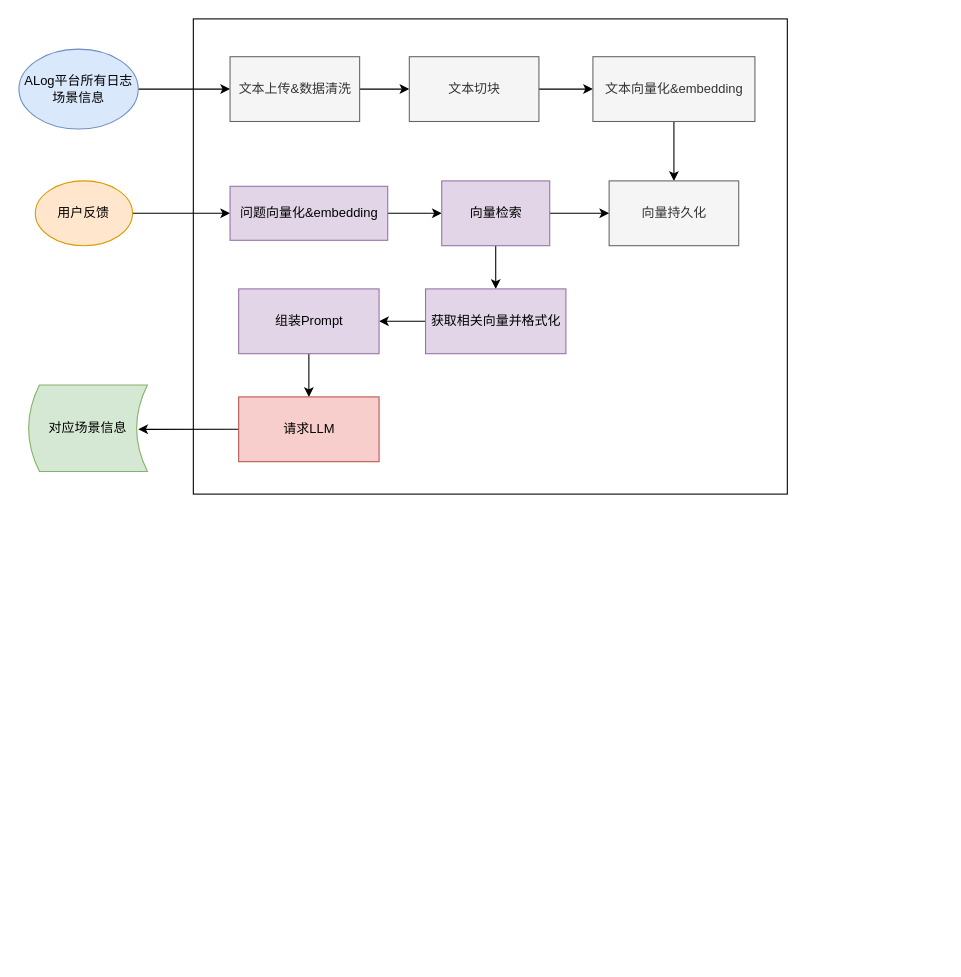
Earlier version of the draw.io diagram diagrams/问题分析助手.drawio (neoalvin/draw.io). Source tidied: cells renumbered, new cells numbered last; positions are measured from the earlier drawing's top-left corner, leaving out a move shared by most shapes. Both pictures are drawn from the tidied source at 108%, with x=0, y=0 at pixel (18, 18).
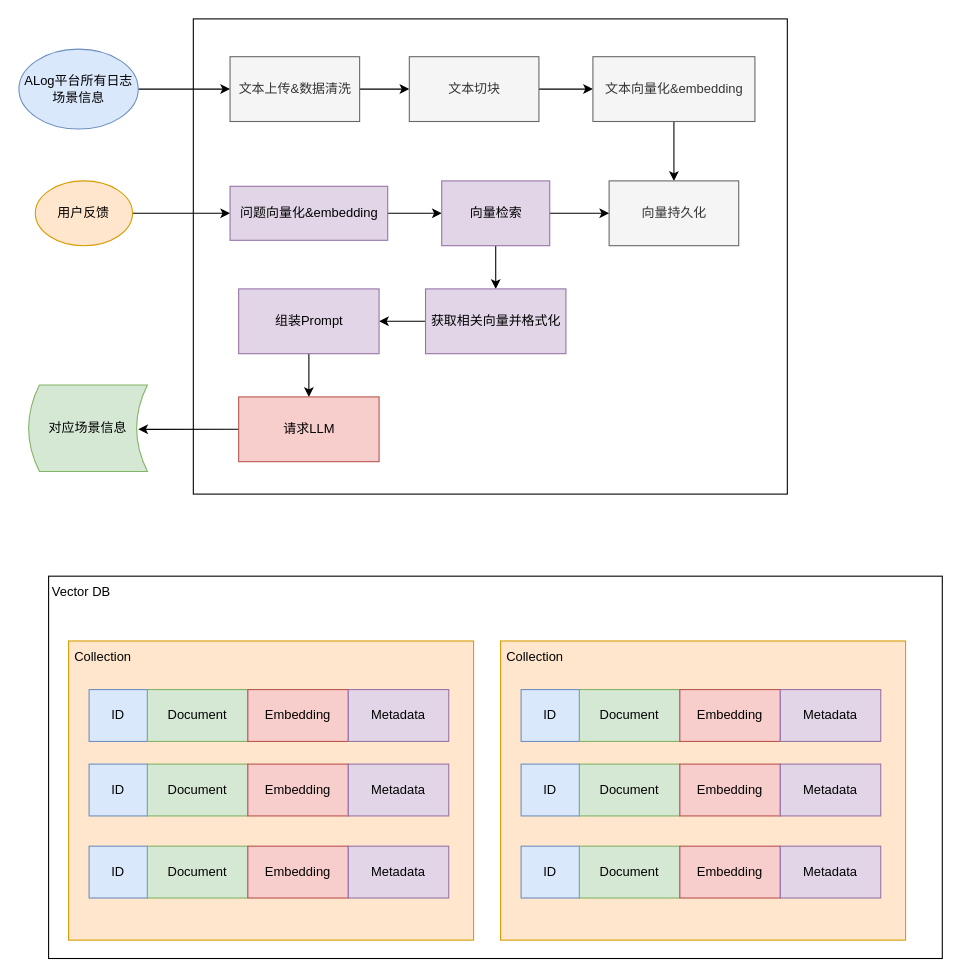
Above is the later version.

Commit message:
更新问题分析助手.drawio

Diff of the diagram source:
```diff
@@
+    <mxCell id="26" style="rounded=0;whiteSpace=wrap;html=1;" parent="1" vertex="1">
+      <mxGeometry x="27.5" y="516" width="827.5" height="354" as="geometry" />
+    </mxCell>
@@
+    <mxCell id="27" style="rounded=0;whiteSpace=wrap;html=1;fillColor=#ffe6cc;strokeColor=#d79b00;" parent="1" vertex="1">
+      <mxGeometry x="46" y="576" width="375" height="277" as="geometry" />
+    </mxCell>
+    <mxCell id="28" value="ID" style="rounded=0;whiteSpace=wrap;html=1;fillColor=#dae8fc;strokeColor=#6c8ebf;" parent="1" vertex="1">
+      <mxGeometry x="65" y="621" width="54" height="48" as="geometry" />
+    </mxCell>
+    <mxCell id="29" value="Document" style="rounded=0;whiteSpace=wrap;html=1;fillColor=#d5e8d4;strokeColor=#82b366;" parent="1" vertex="1">
+      <mxGeometry x="119" y="621" width="93" height="48" as="geometry" />
+    </mxCell>
+    <mxCell id="30" value="Embedding" style="rounded=0;whiteSpace=wrap;html=1;fillColor=#f8cecc;strokeColor=#b85450;" parent="1" vertex="1">
+      <mxGeometry x="212" y="621" width="93" height="48" as="geometry" />
+    </mxCell>
+    <mxCell id="31" value="Metadata" style="rounded=0;whiteSpace=wrap;html=1;fillColor=#e1d5e7;strokeColor=#9673a6;" parent="1" vertex="1">
+      <mxGeometry x="305" y="621" width="93" height="48" as="geometry" />
+    </mxCell>
+    <mxCell id="32" value="Collection" style="text;html=1;strokeColor=none;fillColor=none;align=center;verticalAlign=middle;whiteSpace=wrap;rounded=0;" parent="1" vertex="1">
+      <mxGeometry x="48" y="576" width="60" height="30" as="geometry" />
+    </mxCell>
+    <mxCell id="33" value="ID" style="rounded=0;whiteSpace=wrap;html=1;fillColor=#dae8fc;strokeColor=#6c8ebf;" parent="1" vertex="1">
+      <mxGeometry x="65" y="690" width="54" height="48" as="geometry" />
+    </mxCell>
+    <mxCell id="34" value="Document" style="rounded=0;whiteSpace=wrap;html=1;fillColor=#d5e8d4;strokeColor=#82b366;" parent="1" vertex="1">
+      <mxGeometry x="119" y="690" width="93" height="48" as="geometry" />
+    </mxCell>
+    <mxCell id="35" value="Embedding" style="rounded=0;whiteSpace=wrap;html=1;fillColor=#f8cecc;strokeColor=#b85450;" parent="1" vertex="1">
+      <mxGeometry x="212" y="690" width="93" height="48" as="geometry" />
+    </mxCell>
+    <mxCell id="36" value="Metadata" style="rounded=0;whiteSpace=wrap;html=1;fillColor=#e1d5e7;strokeColor=#9673a6;" parent="1" vertex="1">
+      <mxGeometry x="305" y="690" width="93" height="48" as="geometry" />
+    </mxCell>
+    <mxCell id="37" value="ID" style="rounded=0;whiteSpace=wrap;html=1;fillColor=#dae8fc;strokeColor=#6c8ebf;" parent="1" vertex="1">
+      <mxGeometry x="65" y="766" width="54" height="48" as="geometry" />
+    </mxCell>
+    <mxCell id="38" value="Document" style="rounded=0;whiteSpace=wrap;html=1;fillColor=#d5e8d4;strokeColor=#82b366;" parent="1" vertex="1">
+      <mxGeometry x="119" y="766" width="93" height="48" as="geometry" />
+    </mxCell>
+    <mxCell id="39" value="Embedding" style="rounded=0;whiteSpace=wrap;html=1;fillColor=#f8cecc;strokeColor=#b85450;" parent="1" vertex="1">
+      <mxGeometry x="212" y="766" width="93" height="48" as="geometry" />
+    </mxCell>
+    <mxCell id="40" value="Metadata" style="rounded=0;whiteSpace=wrap;html=1;fillColor=#e1d5e7;strokeColor=#9673a6;" parent="1" vertex="1">
+      <mxGeometry x="305" y="766" width="93" height="48" as="geometry" />
+    </mxCell>
+    <mxCell id="41" value="Vector DB" style="text;html=1;strokeColor=none;fillColor=none;align=center;verticalAlign=middle;whiteSpace=wrap;rounded=0;" parent="1" vertex="1">
+      <mxGeometry x="27.5" y="516" width="60" height="30" as="geometry" />
+    </mxCell>
+    <mxCell id="42" style="rounded=0;whiteSpace=wrap;html=1;fillColor=#ffe6cc;strokeColor=#d79b00;" parent="1" vertex="1">
+      <mxGeometry x="446" y="576" width="375" height="277" as="geometry" />
+    </mxCell>
+    <mxCell id="43" value="ID" style="rounded=0;whiteSpace=wrap;html=1;fillColor=#dae8fc;strokeColor=#6c8ebf;" parent="1" vertex="1">
+      <mxGeometry x="465" y="621" width="54" height="48" as="geometry" />
+    </mxCell>
+    <mxCell id="44" value="Document" style="rounded=0;whiteSpace=wrap;html=1;fillColor=#d5e8d4;strokeColor=#82b366;" parent="1" vertex="1">
+      <mxGeometry x="519" y="621" width="93" height="48" as="geometry" />
+    </mxCell>
+    <mxCell id="45" value="Embedding" style="rounded=0;whiteSpace=wrap;html=1;fillColor=#f8cecc;strokeColor=#b85450;" parent="1" vertex="1">
+      <mxGeometry x="612" y="621" width="93" height="48" as="geometry" />
+    </mxCell>
+    <mxCell id="46" value="Metadata" style="rounded=0;whiteSpace=wrap;html=1;fillColor=#e1d5e7;strokeColor=#9673a6;" parent="1" vertex="1">
+      <mxGeometry x="705" y="621" width="93" height="48" as="geometry" />
+    </mxCell>
+    <mxCell id="47" value="Collection" style="text;html=1;strokeColor=none;fillColor=none;align=center;verticalAlign=middle;whiteSpace=wrap;rounded=0;" parent="1" vertex="1">
+      <mxGeometry x="448" y="576" width="60" height="30" as="geometry" />
+    </mxCell>
+    <mxCell id="48" value="ID" style="rounded=0;whiteSpace=wrap;html=1;fillColor=#dae8fc;strokeColor=#6c8ebf;" parent="1" vertex="1">
+      <mxGeometry x="465" y="690" width="54" height="48" as="geometry" />
+    </mxCell>
+    <mxCell id="49" value="Document" style="rounded=0;whiteSpace=wrap;html=1;fillColor=#d5e8d4;strokeColor=#82b366;" parent="1" vertex="1">
+      <mxGeometry x="519" y="690" width="93" height="48" as="geometry" />
+    </mxCell>
+    <mxCell id="50" value="Embedding" style="rounded=0;whiteSpace=wrap;html=1;fillColor=#f8cecc;strokeColor=#b85450;" parent="1" vertex="1">
+      <mxGeometry x="612" y="690" width="93" height="48" as="geometry" />
+    </mxCell>
+    <mxCell id="51" value="Metadata" style="rounded=0;whiteSpace=wrap;html=1;fillColor=#e1d5e7;strokeColor=#9673a6;" parent="1" vertex="1">
+      <mxGeometry x="705" y="690" width="93" height="48" as="geometry" />
+    </mxCell>
+    <mxCell id="52" value="ID" style="rounded=0;whiteSpace=wrap;html=1;fillColor=#dae8fc;strokeColor=#6c8ebf;" parent="1" vertex="1">
+      <mxGeometry x="465" y="766" width="54" height="48" as="geometry" />
+    </mxCell>
+    <mxCell id="53" value="Document" style="rounded=0;whiteSpace=wrap;html=1;fillColor=#d5e8d4;strokeColor=#82b366;" parent="1" vertex="1">
+      <mxGeometry x="519" y="766" width="93" height="48" as="geometry" />
+    </mxCell>
+    <mxCell id="54" value="Embedding" style="rounded=0;whiteSpace=wrap;html=1;fillColor=#f8cecc;strokeColor=#b85450;" parent="1" vertex="1">
+      <mxGeometry x="612" y="766" width="93" height="48" as="geometry" />
+    </mxCell>
+    <mxCell id="55" value="Metadata" style="rounded=0;whiteSpace=wrap;html=1;fillColor=#e1d5e7;strokeColor=#9673a6;" parent="1" vertex="1">
+      <mxGeometry x="705" y="766" width="93" height="48" as="geometry" />
+    </mxCell>
```
